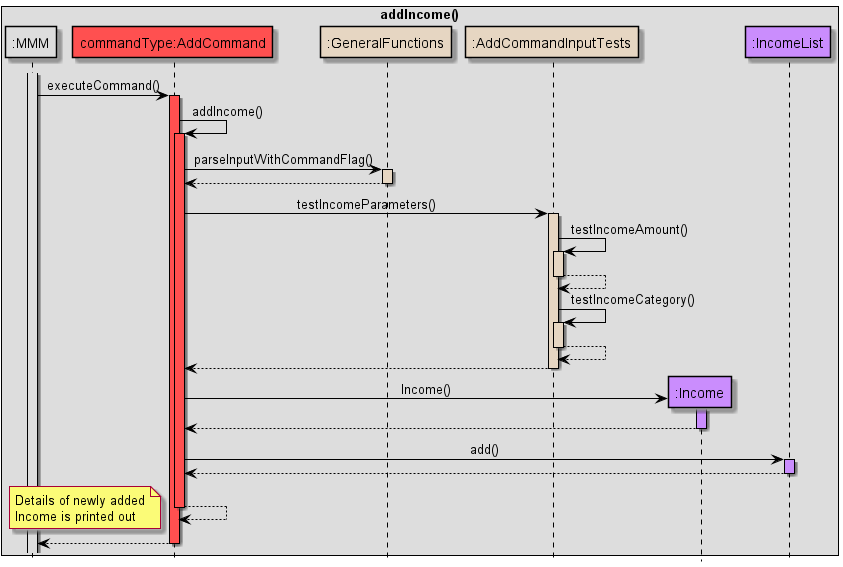
Above: docs/images/AddIncomeSequenceDiagram.png in nus-cs2113-AY2122S2/tp (PlantUML), before the change.
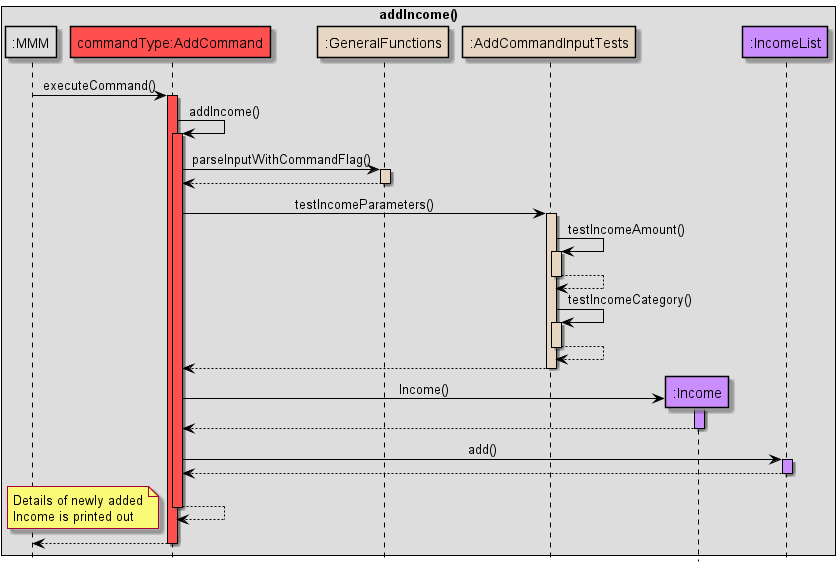
After the commit.

Commit message:
Update Sequence Diagrams

Change to the diagram source:
```diff
@@ -20,7 +20,6 @@
 participant ":IncomeList" as IL USERFINANCIAL_COLOUR
 end box
 
-activate MMM MMM_COLOUR
 MMM -> C: executeCommand()
 
 activate C COMMANDS_COLOUR
```
